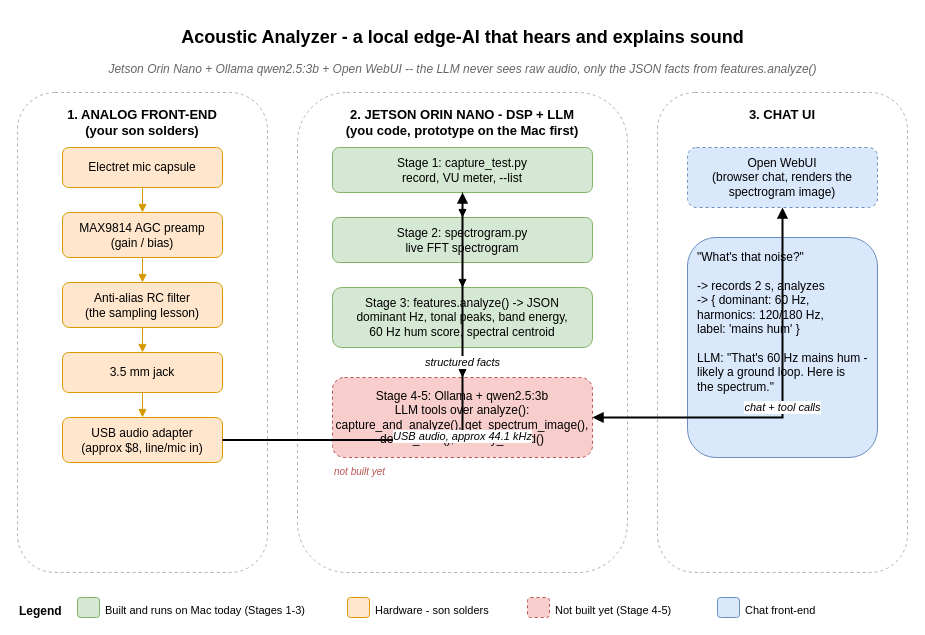
Earlier version of the draw.io diagram page "System Architecture" (1 of 2) of acoustic-analyzer.drawio (Sachin-Swami21/acoustic-analyzer). Source tidied: cells renumbered, new cells numbered last; positions are measured from the earlier drawing's top-left corner, leaving out a move shared by most shapes. Both pictures are drawn from the tidied source at 100%, with x=0, y=0 at pixel (17, 17).
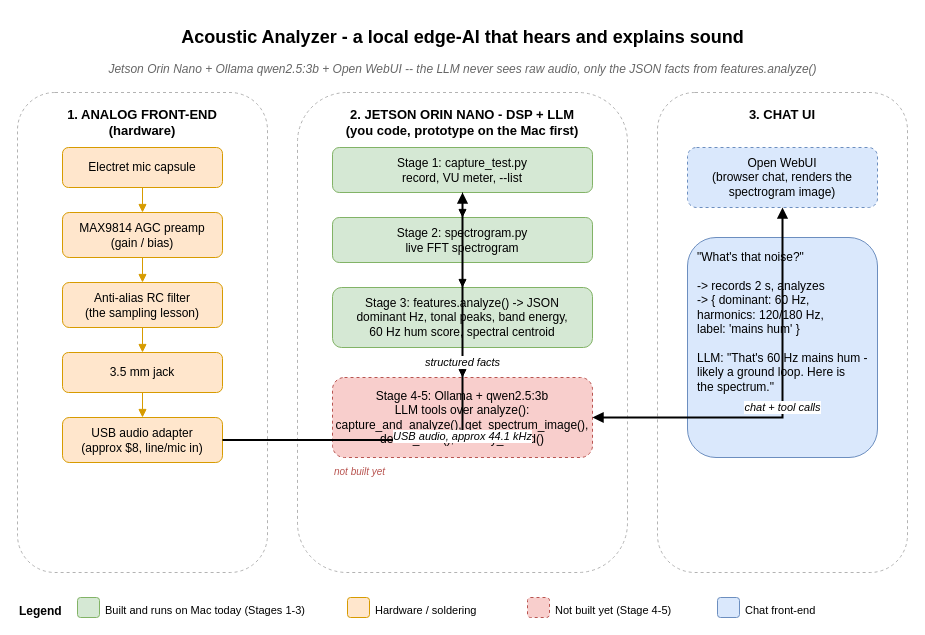
The same page after the edit.

What changed in the source:
```diff
@@
-    <mxCell id="4" value="1. ANALOG FRONT-END&#10;(your son solders)" style="rounded=1;whiteSpace=wrap;html=1;fillColor=none;strokeColor=#B3B3B3;dashed=1;verticalAlign=top;fontStyle=1;fontSize=13;spacingTop=8;" parent="1" vertex="1">
+    <mxCell id="4" value="1. ANALOG FRONT-END&#10;(hardware)" style="rounded=1;whiteSpace=wrap;html=1;fillColor=none;strokeColor=#B3B3B3;dashed=1;verticalAlign=top;fontStyle=1;fontSize=13;spacingTop=8;" parent="1" vertex="1">
       <mxGeometry y="75" width="250" height="480" as="geometry" />
     </mxCell>
@@
-    <mxCell id="32" value="Hardware - son solders" style="text;html=1;align=left;fontSize=11;" parent="1" vertex="1">
+    <mxCell id="32" value="Hardware / soldering" style="text;html=1;align=left;fontSize=11;" parent="1" vertex="1">
       <mxGeometry x="356" y="580" width="150" height="20" as="geometry" />
     </mxCell>
```
